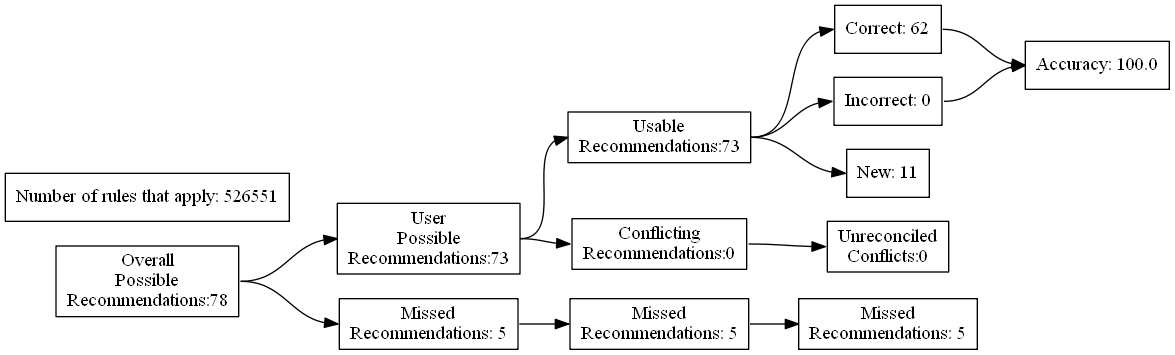
ZaxR/ibd_diet_analysis keeps this Graphviz diagram as test_renders/63.gv.png. Above is the earlier version. Its source is kept beside it as test_renders/63.gv.
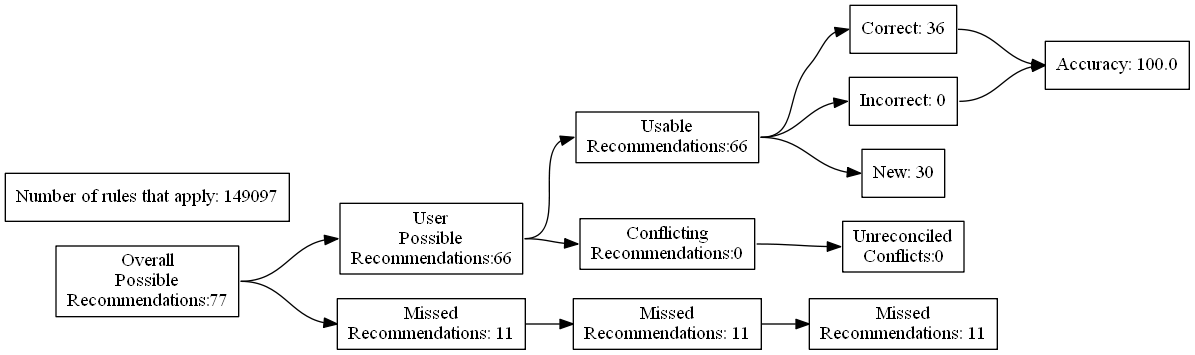
The same file after the commit.

Change to the diagram source:
```diff
@@ -4,27 +4,27 @@
 	edge [headport=w tailport=e]
 		A [label="Overall
 Possible
-Recommendations:78"]
+Recommendations:77"]
 		B [label="User
 Possible
-Recommendations:73"]
+Recommendations:66"]
 		C [label="Missed
-Recommendations: 5"]
+Recommendations: 11"]
 		D [label="Usable
-Recommendations:73"]
+Recommendations:66"]
 		E [label="Conflicting
 Recommendations:0"]
 		J [label="Missed
-Recommendations: 5"]
+Recommendations: 11"]
 		M [label="Unreconciled
 Conflicts:0"]
-		F [label="Correct: 62"]
+		F [label="Correct: 36"]
 		G [label="Incorrect: 0"]
-		H [label="New: 11"]
+		H [label="New: 30"]
 		K [label="Missed
-Recommendations: 5"]
+Recommendations: 11"]
 		I [label="Accuracy: 100.0"]
-		l [label="Number of rules that apply: 526551"]
+		l [label="Number of rules that apply: 149097"]
 			A -> B
 			A -> C
 			B -> D
```
